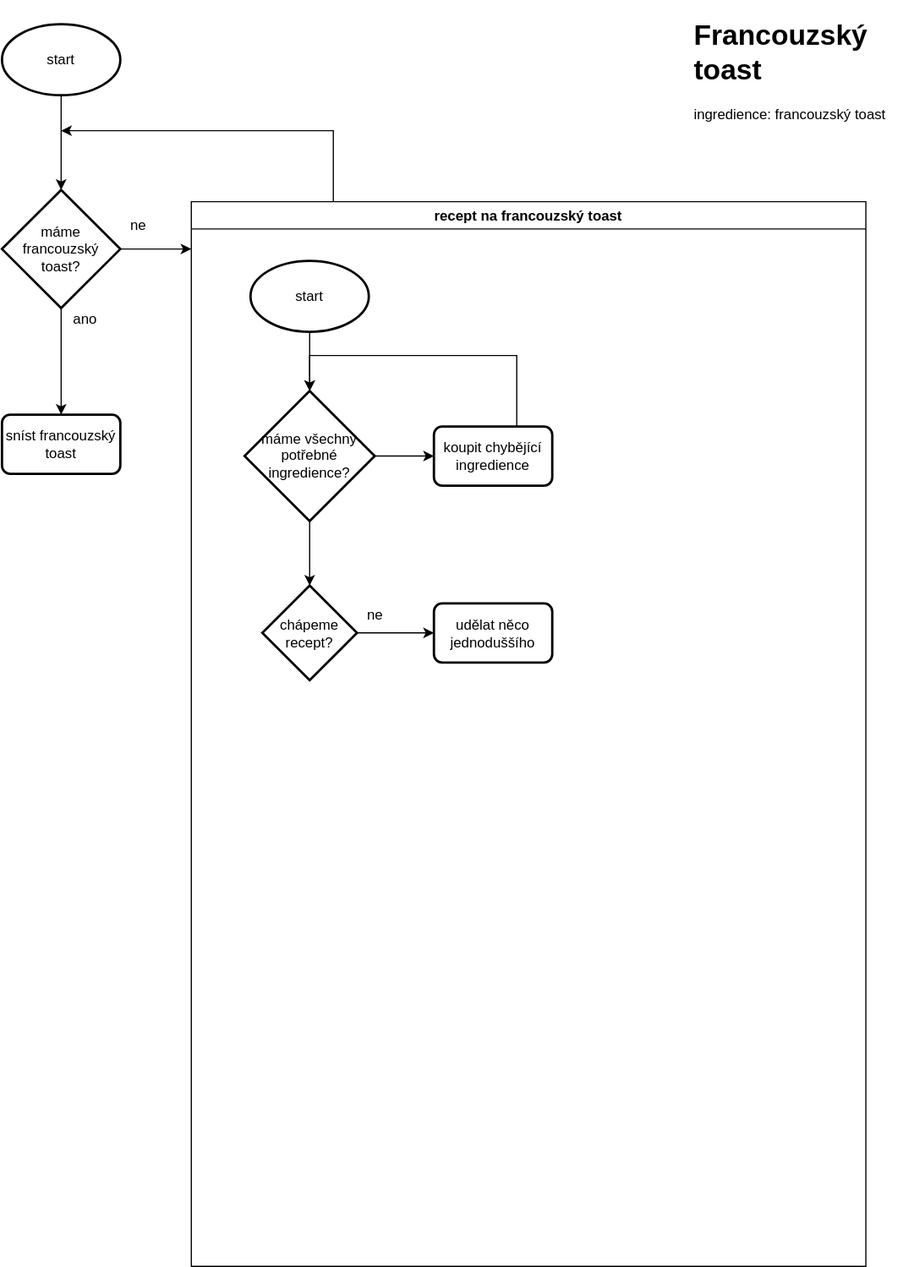
The draw.io diagram ZAL/Francouzsky-toast.svg in TadeasPikl/Diagrams.net, before a commit. Source tidied: cells renumbered, new cells last; positions are measured from the earlier drawing's top-left corner, leaving out a move shared by most shapes.
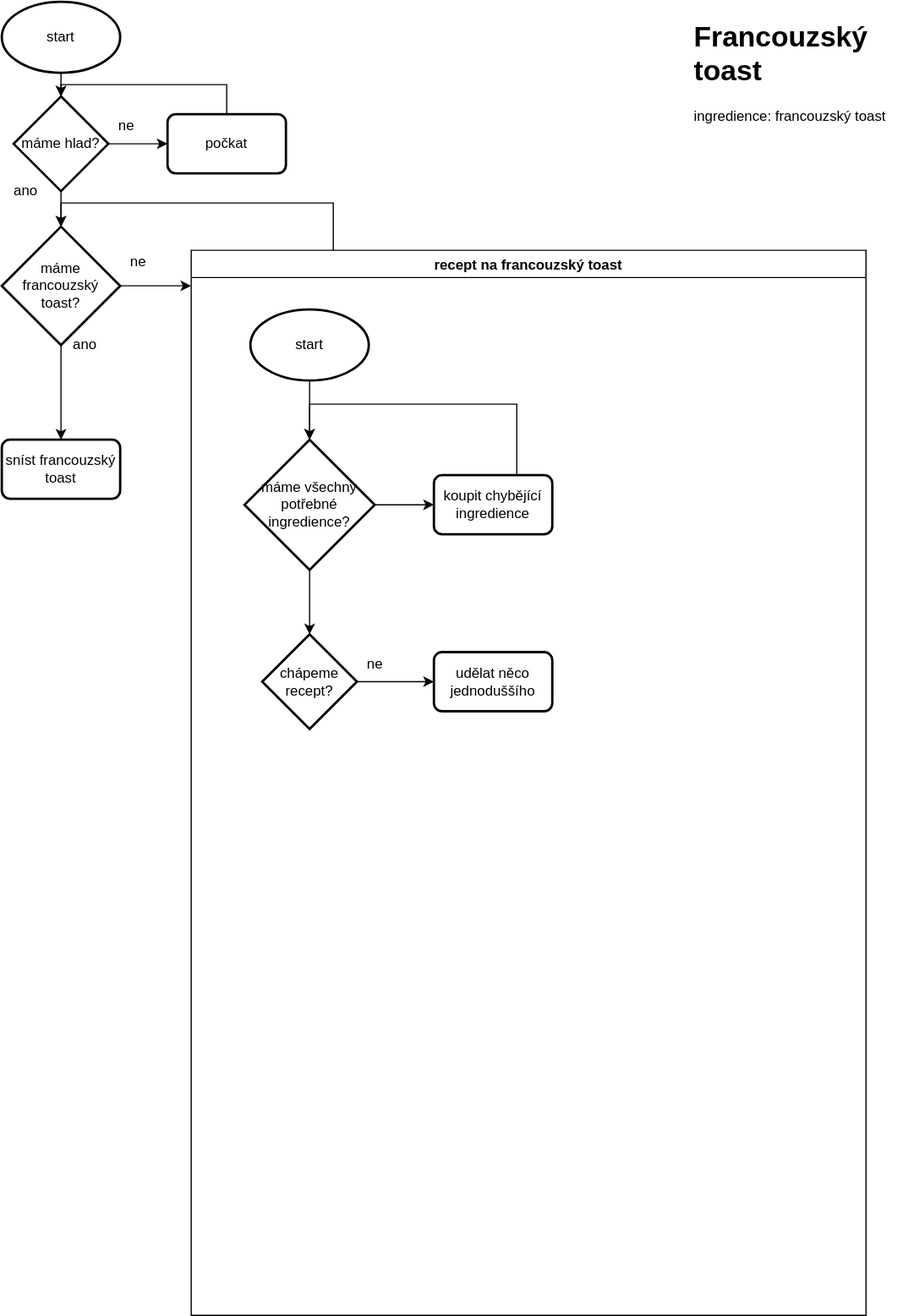
After the change.

The edit, as a diff of the source:
```diff
@@ -16,33 +16,36 @@
       <mxGeometry relative="1" as="geometry" />
     </mxCell>
     <mxCell id="5" value="máme francouzský&lt;br&gt;toast?" style="strokeWidth=2;html=1;shape=mxgraph.flowchart.decision;whiteSpace=wrap;" parent="1" vertex="1">
-      <mxGeometry y="150" width="100" height="100" as="geometry" />
+      <mxGeometry y="180" width="100" height="100" as="geometry" />
     </mxCell>
-    <mxCell id="6" style="edgeStyle=orthogonalEdgeStyle;rounded=0;jettySize=auto;html=1;entryX=0.5;entryY=0;entryDx=0;entryDy=0;entryPerimeter=0;" parent="1" edge="1" source="7" target="5">
+    <mxCell id="6" style="edgeStyle=orthogonalEdgeStyle;rounded=0;jettySize=auto;html=1;entryX=0.5;entryY=0;entryDx=0;entryDy=0;entryPerimeter=0;" parent="1" edge="1" source="26" target="5">
       <mxGeometry relative="1" as="geometry" />
     </mxCell>
+    <mxCell id="24" style="edgeStyle=orthogonalEdgeStyle;rounded=0;jettySize=auto;html=1;" parent="1" edge="1" source="7" target="26">
+      <mxGeometry relative="1" as="geometry" />
+    </mxCell>
     <mxCell id="7" value="start" style="strokeWidth=2;html=1;shape=mxgraph.flowchart.start_1;whiteSpace=wrap;" parent="1" vertex="1">
-      <mxGeometry y="10" width="100" height="60" as="geometry" />
+      <mxGeometry y="-10" width="100" height="60" as="geometry" />
     </mxCell>
-    <mxCell id="8" style="edgeStyle=orthogonalEdgeStyle;rounded=0;jettySize=auto;html=1;" parent="1" edge="1" source="12">
+    <mxCell id="8" style="edgeStyle=orthogonalEdgeStyle;rounded=0;jettySize=auto;html=1;" parent="1" edge="1" source="12" target="5">
       <mxGeometry relative="1" as="geometry">
-        <mxPoint x="50" y="100" as="targetPoint" />
         <Array as="points">
-          <mxPoint x="280" y="100" />
+          <mxPoint x="280" y="160" />
+          <mxPoint x="50" y="160" />
         </Array>
       </mxGeometry>
     </mxCell>
     <mxCell id="9" value="ne" style="text;html=1;align=center;verticalAlign=middle;strokeColor=none;fillColor=none;" parent="1" vertex="1">
-      <mxGeometry x="100" y="170" width="30" height="20" as="geometry" />
+      <mxGeometry x="100" y="200" width="30" height="20" as="geometry" />
     </mxCell>
     <mxCell id="10" value="sníst francouzský toast" style="rounded=1;whiteSpace=wrap;html=1;absoluteArcSize=1;arcSize=14;strokeWidth=2;" parent="1" vertex="1">
-      <mxGeometry y="340" width="100" height="50" as="geometry" />
+      <mxGeometry y="360" width="100" height="50" as="geometry" />
     </mxCell>
     <mxCell id="11" value="ano" style="text;html=1;align=center;verticalAlign=middle;strokeColor=none;fillColor=none;" parent="1" vertex="1">
-      <mxGeometry x="50" y="250" width="40" height="20" as="geometry" />
+      <mxGeometry x="50" y="270" width="40" height="20" as="geometry" />
     </mxCell>
     <mxCell id="12" value="recept na francouzský toast" style="swimlane;" parent="1" vertex="1">
-      <mxGeometry x="160" y="160" width="570" height="900" as="geometry" />
+      <mxGeometry x="160" y="200" width="570" height="900" as="geometry" />
     </mxCell>
     <mxCell id="13" style="edgeStyle=orthogonalEdgeStyle;rounded=0;jettySize=auto;html=1;entryX=0.5;entryY=0;entryDx=0;entryDy=0;entryPerimeter=0;" parent="12" edge="1" source="14" target="16">
       <mxGeometry relative="1" as="geometry" />
@@ -82,5 +85,28 @@
     <mxCell id="23" value="ne" style="text;html=1;align=center;verticalAlign=middle;strokeColor=none;fillColor=none;" parent="12" vertex="1">
       <mxGeometry x="140" y="339.5" width="30" height="20" as="geometry" />
     </mxCell>
+    <mxCell id="25" style="edgeStyle=orthogonalEdgeStyle;rounded=0;jettySize=auto;html=1;" parent="1" edge="1" source="26" target="29">
+      <mxGeometry relative="1" as="geometry" />
+    </mxCell>
+    <mxCell id="26" value="máme hlad?" style="rhombus;whiteSpace=wrap;html=1;strokeWidth=2;" parent="1" vertex="1">
+      <mxGeometry x="10" y="70" width="80" height="80" as="geometry" />
+    </mxCell>
+    <mxCell id="27" value="ano" style="text;html=1;align=center;verticalAlign=middle;strokeColor=none;fillColor=none;" parent="1" vertex="1">
+      <mxGeometry y="140" width="40" height="20" as="geometry" />
+    </mxCell>
+    <mxCell id="28" style="edgeStyle=orthogonalEdgeStyle;rounded=0;jettySize=auto;html=1;entryX=0.5;entryY=0;entryDx=0;entryDy=0;" parent="1" edge="1" source="29" target="26">
+      <mxGeometry relative="1" as="geometry">
+        <Array as="points">
+          <mxPoint x="190" y="60" />
+          <mxPoint x="50" y="60" />
+        </Array>
+      </mxGeometry>
+    </mxCell>
+    <mxCell id="29" value="počkat" style="rounded=1;whiteSpace=wrap;html=1;absoluteArcSize=1;arcSize=14;strokeWidth=2;" parent="1" vertex="1">
+      <mxGeometry x="140" y="85" width="100" height="50" as="geometry" />
+    </mxCell>
+    <mxCell id="30" value="ne" style="text;html=1;align=center;verticalAlign=middle;strokeColor=none;fillColor=none;" parent="1" vertex="1">
+      <mxGeometry x="90" y="85" width="30" height="20" as="geometry" />
+    </mxCell>
   </root>
 </mxGraphModel>
```
